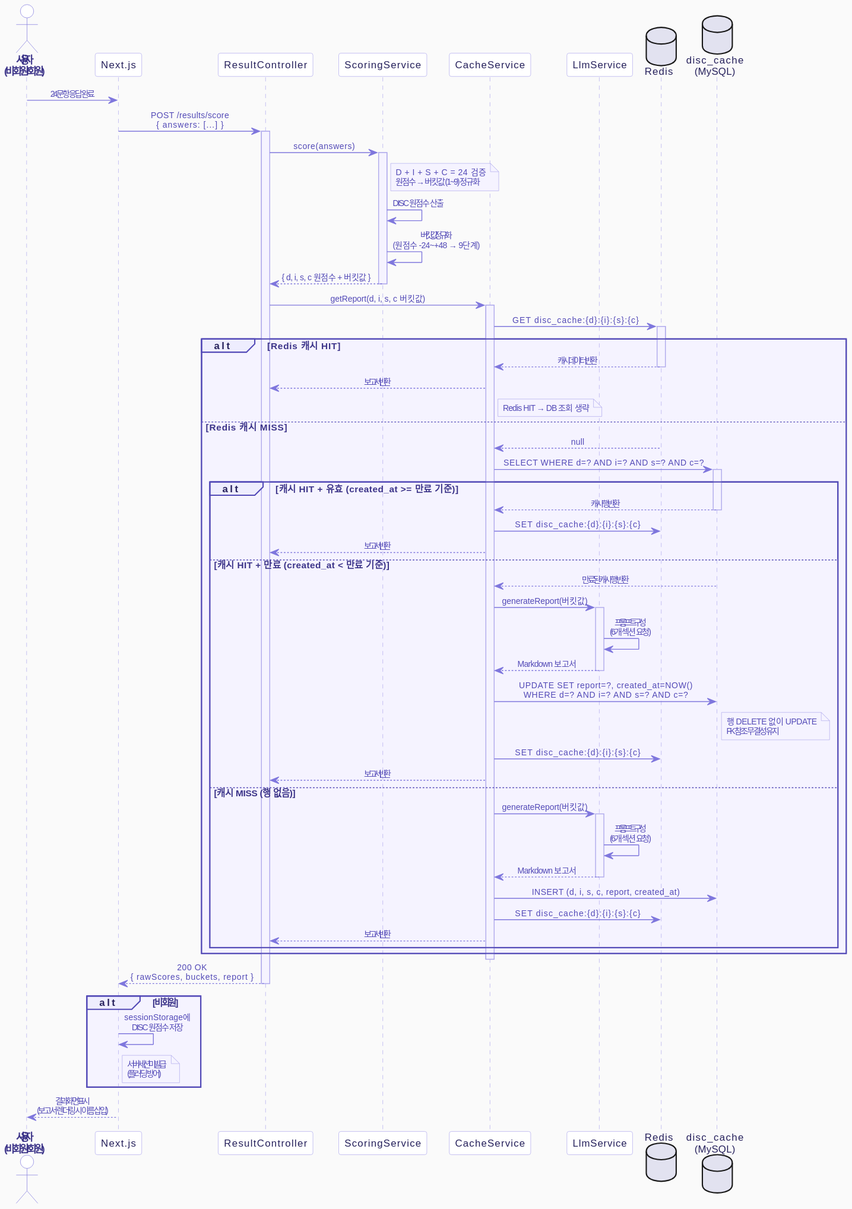
This is docs/images/MyCPT_Sequence_Scoring.svg from Yush1nk1m/MyCPT, a PlantUML export, as it was before one commit.
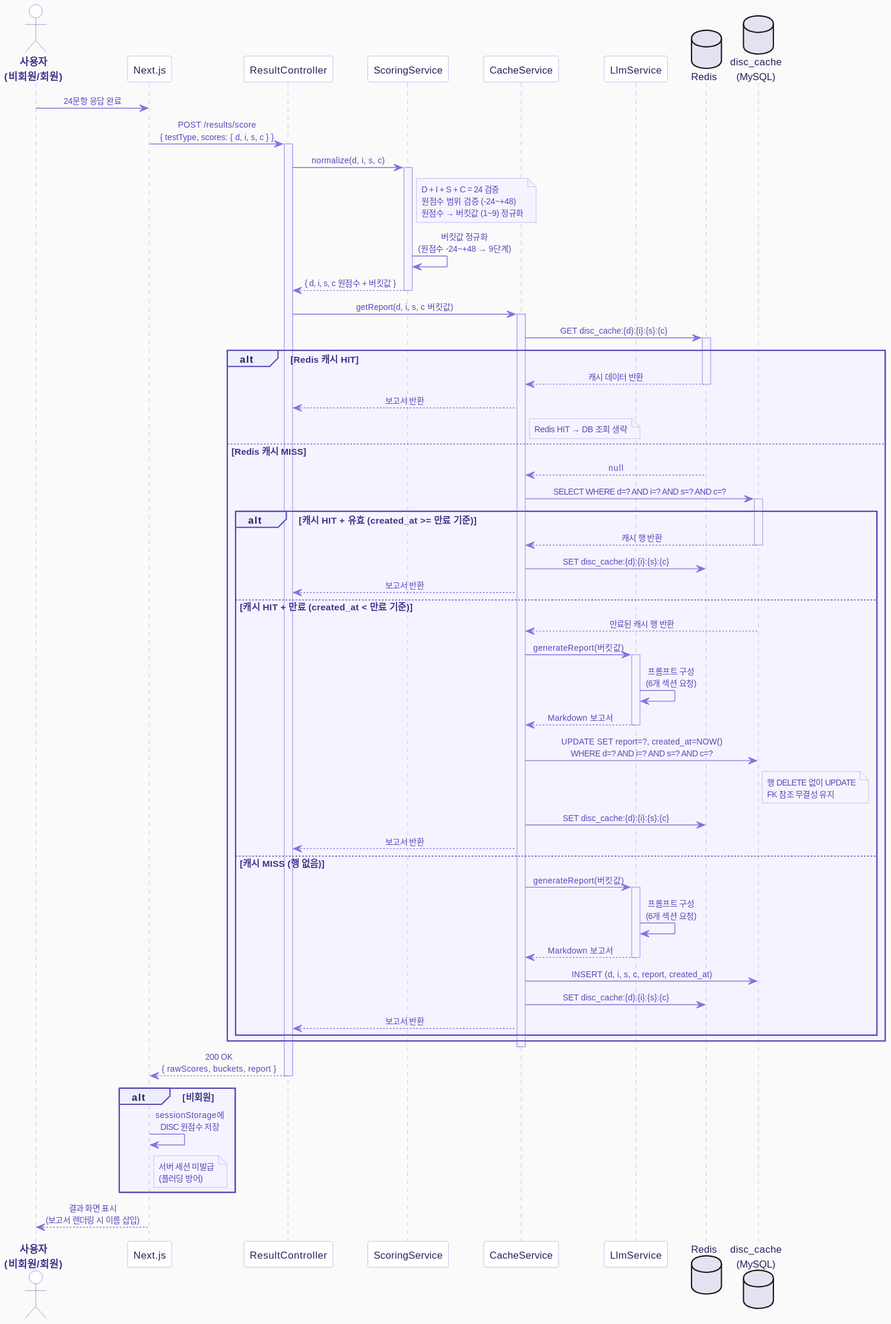
After the commit.

What changed in the source:
```diff
@@ -56,18 +56,18 @@
 
 User -> Client : 24문항 응답 완료
 
-Client -> Controller : POST /results/score\n{ answers: [...] }
+Client -> Controller : POST /results/score\n{ testType, scores: { d, i, s, c } }
 activate Controller
 
-Controller -> Scoring : score(answers)
+Controller -> Scoring : normalize(d, i, s, c)
 activate Scoring
 
 note right of Scoring
   D + I + S + C = 24 검증
+  원점수 범위 검증 (-24~+48)
   원점수 → 버킷값 (1~9) 정규화
 end note
 
-Scoring -> Scoring : DISC 원점수 산출
 Scoring -> Scoring : 버킷값 정규화\n(원점수 -24~+48 → 9단계)
 Scoring --> Controller : { d, i, s, c 원점수 + 버킷값 }
 deactivate Scoring
```
